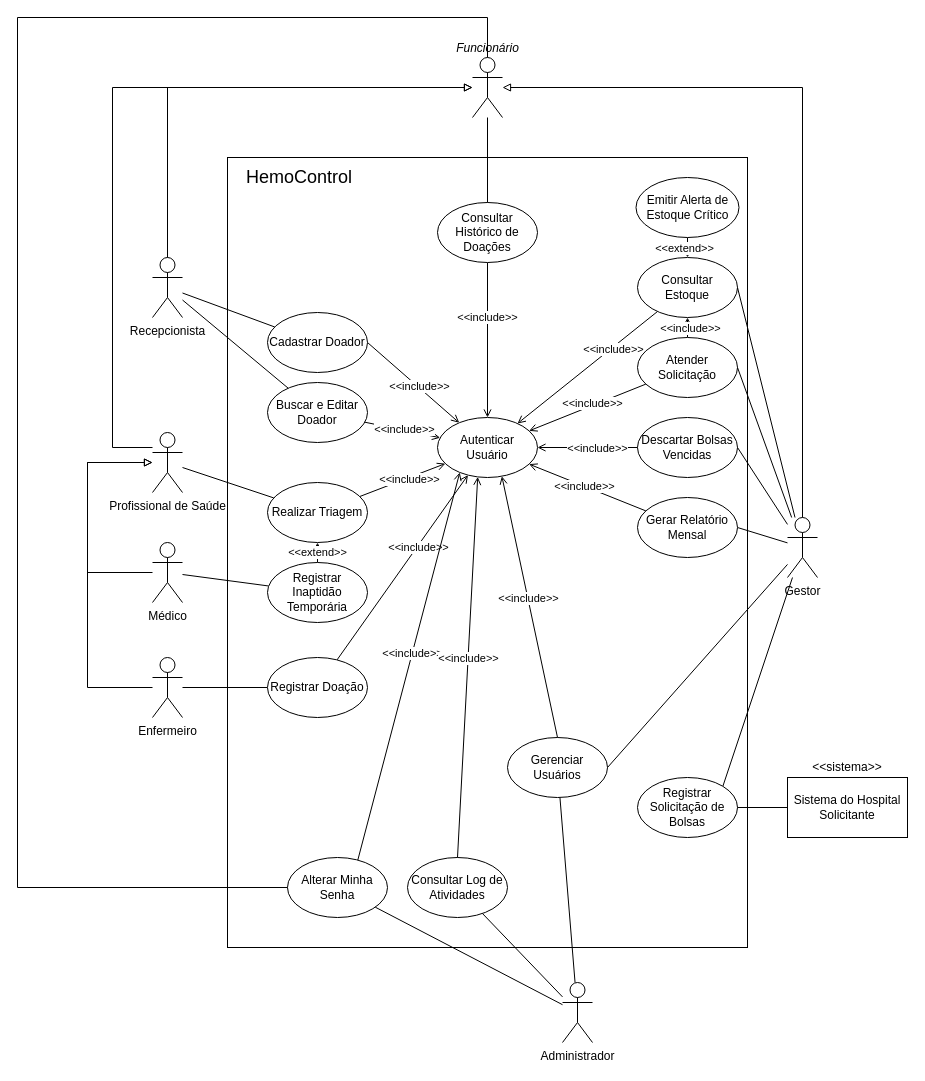
This is docs/casos-de-uso.drawio from Grabiie/hemocontrol, a draw.io file, before an edit. Source tidied: cells renumbered, new cells numbered last; positions are measured from the earlier drawing's top-left corner, leaving out a move shared by most shapes. Both pictures are drawn from the tidied source at 100%, with x=0, y=0 at pixel (17, 17).
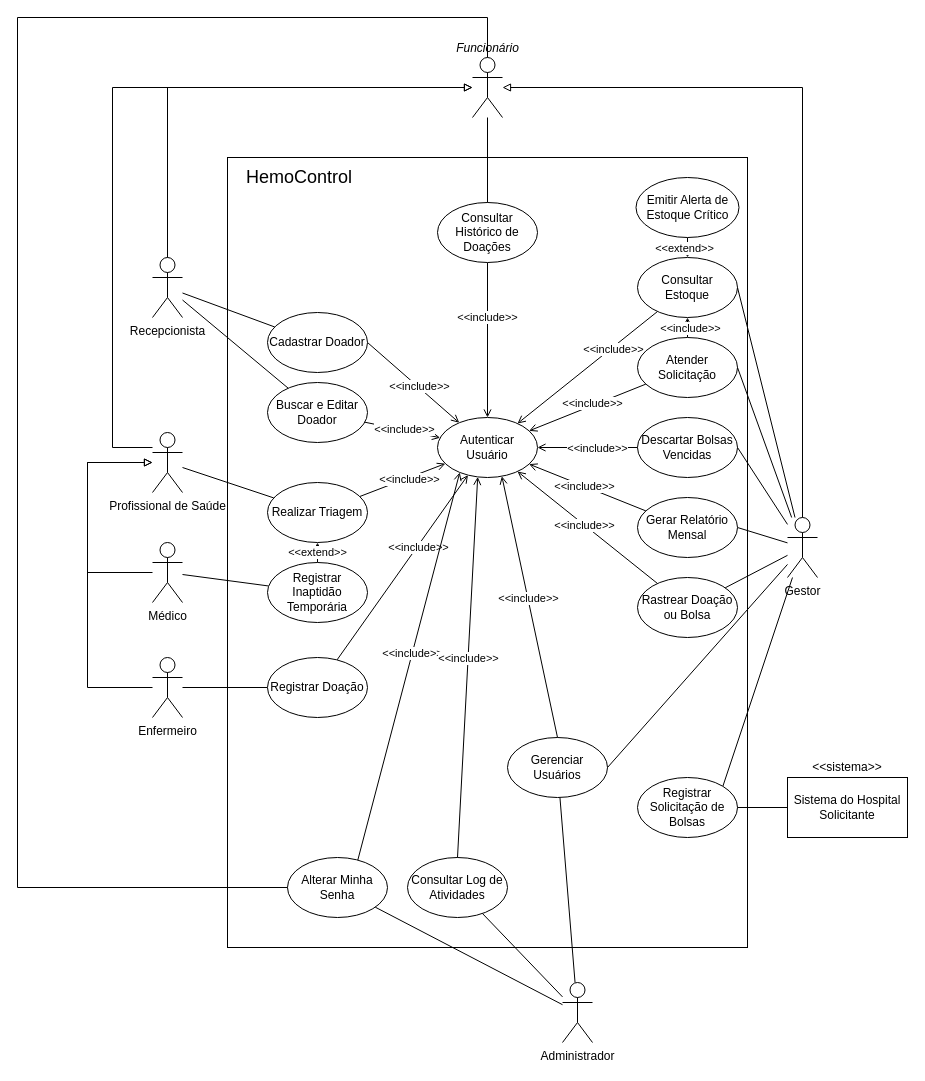
After the change.

Commit message (it also covers changes not shown here):
docs: adiciona o RF-17 nos requisitos e diagramas

Unchanged cells that the change refers to:
```xml
<mxCell id="9" value="Gestor " style="shape=umlActor;verticalLabelPosition=bottom;verticalAlign=top;html=1;outlineConnect=0;labelPerimeter=1;" parent="1" vertex="1">
  <mxGeometry x="770" y="500" width="30" height="60" as="geometry" />
</mxCell>
<mxCell id="39" value="Autenticar Usuário" style="ellipse;whiteSpace=wrap;html=1;shapeInside=1;" parent="1" vertex="1">
  <mxGeometry x="420" y="400" width="100" height="60" as="geometry" />
</mxCell>
```

What changed in the source:
```diff
@@
+    <mxCell id="81" value="Rastrear Doação ou Bolsa" style="ellipse;whiteSpace=wrap;html=1;shapeInside=1;" parent="1" vertex="1">
+      <mxGeometry x="620" y="560" width="100" height="60" as="geometry" />
+    </mxCell>
+    <mxCell id="82" style="rounded=0;jettySize=auto;html=1;defaultLabelBackgroundColor=page;endArrow=none;endFill=0;" parent="1" edge="1" source="9" target="81">
+      <mxGeometry relative="1" as="geometry" />
+    </mxCell>
+    <mxCell id="83" style="rounded=0;jettySize=auto;html=1;defaultLabelBackgroundColor=page;flowAnimation=1;endArrow=open;endFill=0;" parent="1" edge="1" source="81" target="39">
+      <mxGeometry relative="1" as="geometry" />
+    </mxCell>
+    <mxCell id="84" value="&amp;lt;&amp;lt;include&amp;gt;&amp;gt;" style="edgeLabel;html=1;align=center;verticalAlign=middle;inheritText=1;defaultLabelBackgroundColor=page;" parent="83" vertex="1">
+      <mxGeometry x="0.05" relative="1" as="geometry" />
+    </mxCell>
```
